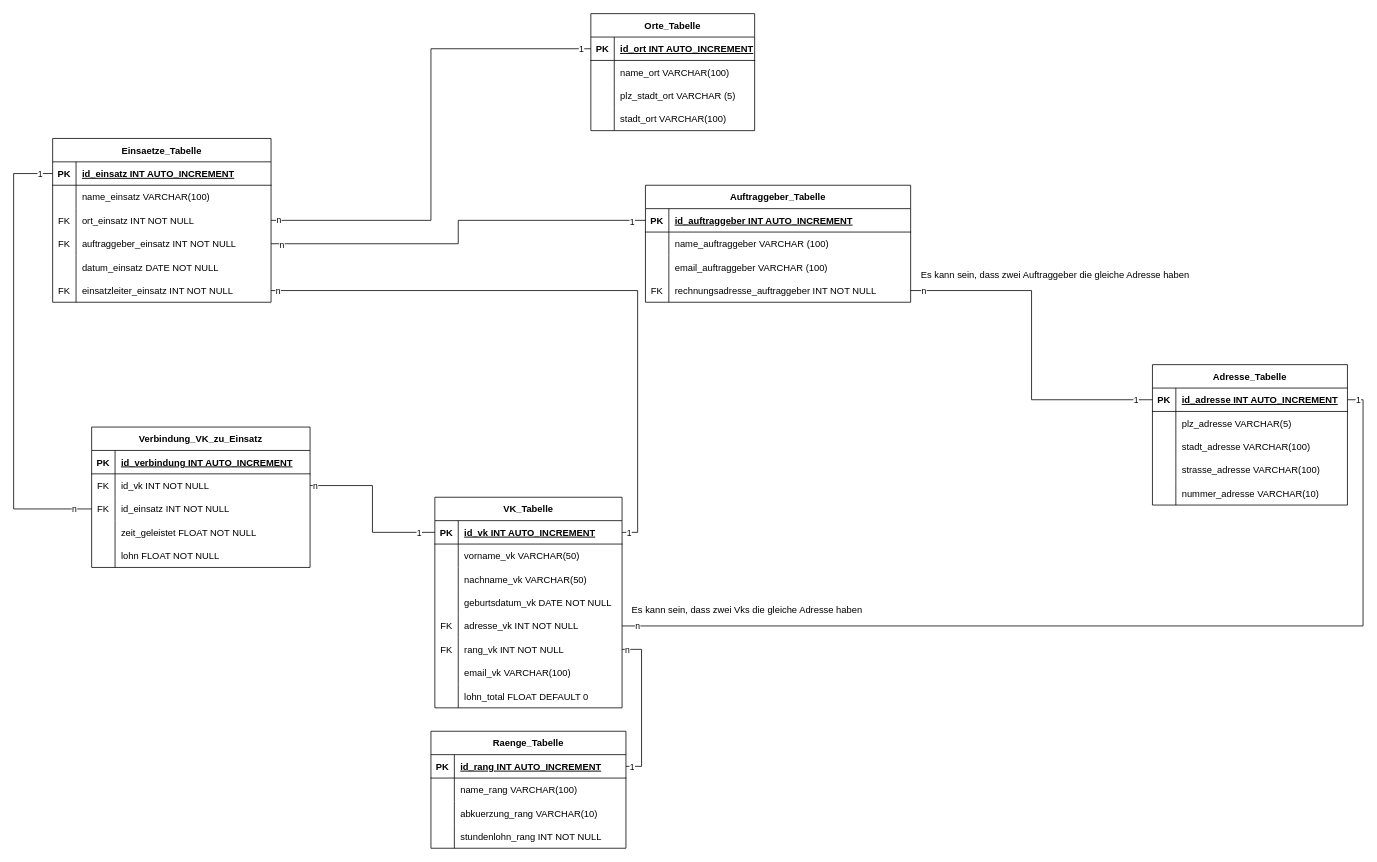
Earlier version of the draw.io diagram ERM_Datenbank.drawio (CMSuisse/ef5-Datenbank-Projekt). Source tidied: cells renumbered, new cells numbered last; positions are measured from the earlier drawing's top-left corner, leaving out a move shared by most shapes. Both pictures are drawn from the tidied source at 78%, with x=0, y=0 at pixel (13, 13).
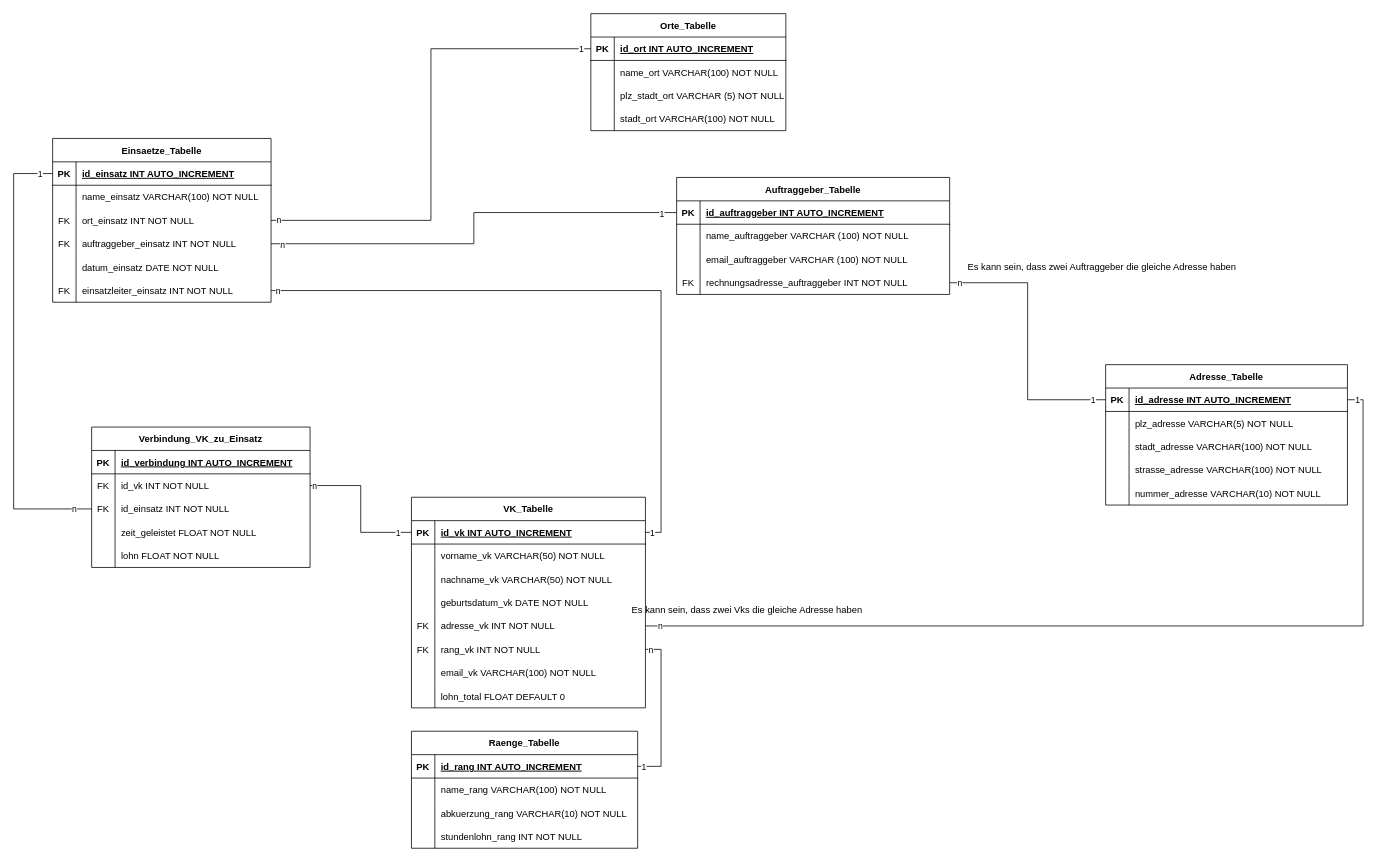
Above is the later version.

Commit message:
The ERM strikes back. I forgor.

Unchanged cells that the change refers to:
```xml
<mxCell id="6" style="shape=tableRow;horizontal=0;startSize=0;swimlaneHead=0;swimlaneBody=0;fillColor=none;top=0;left=0;right=0;bottom=0;" parent="2" vertex="1">
  <mxGeometry y="60" width="280" height="30" as="geometry" />
</mxCell>
```

What changed in the source:
```diff
@@
-    <mxCell id="8" value="name_einsatz VARCHAR(100)" style="shape=partialRectangle;fillColor=none;top=0;left=0;bottom=0;right=0;align=left;spacingLeft=6;overflow=hidden;" parent="6" vertex="1">
+    <mxCell id="8" value="name_einsatz VARCHAR(100) NOT NULL" style="shape=partialRectangle;fillColor=none;top=0;left=0;bottom=0;right=0;align=left;spacingLeft=6;overflow=hidden;" parent="6" vertex="1">
       <mxGeometry x="30" width="250" height="30" as="geometry" />
     </mxCell>
@@
     <mxCell id="21" value="Orte_Tabelle" style="shape=table;startSize=30;childLayout=tableLayout;rowLines=0;fontStyle=1;align=center;" parent="1" vertex="1">
-      <mxGeometry x="740" width="210" height="150" as="geometry" />
+      <mxGeometry x="740" width="250" height="150" as="geometry" />
     </mxCell>
     <mxCell id="22" style="shape=tableRow;horizontal=0;startSize=0;swimlaneHead=0;swimlaneBody=0;fillColor=none;points=[[0,0.5],[1,0.5]];portConstraint=eastwest;top=0;left=0;right=0;bottom=1;" parent="21" vertex="1">
-      <mxGeometry y="30" width="210" height="30" as="geometry" />
+      <mxGeometry y="30" width="250" height="30" as="geometry" />
     </mxCell>
@@
     <mxCell id="24" value="id_ort INT AUTO_INCREMENT" style="shape=partialRectangle;fillColor=none;top=0;left=0;bottom=0;right=0;align=left;spacingLeft=6;fontStyle=5;overflow=hidden;" parent="22" vertex="1">
-      <mxGeometry x="30" width="180" height="30" as="geometry" />
+      <mxGeometry x="30" width="220" height="30" as="geometry" />
     </mxCell>
     <mxCell id="25" style="shape=tableRow;horizontal=0;startSize=0;swimlaneHead=0;swimlaneBody=0;fillColor=none;top=0;left=0;right=0;bottom=0;" parent="21" vertex="1">
-      <mxGeometry y="60" width="210" height="30" as="geometry" />
+      <mxGeometry y="60" width="250" height="30" as="geometry" />
     </mxCell>
@@
-    <mxCell id="27" value="name_ort VARCHAR(100)" style="shape=partialRectangle;fillColor=none;top=0;left=0;bottom=0;right=0;align=left;spacingLeft=6;overflow=hidden;" parent="25" vertex="1">
-      <mxGeometry x="30" width="180" height="30" as="geometry" />
+    <mxCell id="27" value="name_ort VARCHAR(100) NOT NULL" style="shape=partialRectangle;fillColor=none;top=0;left=0;bottom=0;right=0;align=left;spacingLeft=6;overflow=hidden;" parent="25" vertex="1">
+      <mxGeometry x="30" width="220" height="30" as="geometry" />
     </mxCell>
     <mxCell id="28" style="shape=tableRow;horizontal=0;startSize=0;swimlaneHead=0;swimlaneBody=0;fillColor=none;top=0;left=0;right=0;bottom=0;" parent="21" vertex="1">
-      <mxGeometry y="90" width="210" height="30" as="geometry" />
+      <mxGeometry y="90" width="250" height="30" as="geometry" />
     </mxCell>
@@
-    <mxCell id="30" value="plz_stadt_ort VARCHAR (5)" style="shape=partialRectangle;fillColor=none;top=0;left=0;bottom=0;right=0;align=left;spacingLeft=6;overflow=hidden;" parent="28" vertex="1">
-      <mxGeometry x="30" width="180" height="30" as="geometry" />
+    <mxCell id="30" value="plz_stadt_ort VARCHAR (5) NOT NULL" style="shape=partialRectangle;fillColor=none;top=0;left=0;bottom=0;right=0;align=left;spacingLeft=6;overflow=hidden;" parent="28" vertex="1">
+      <mxGeometry x="30" width="220" height="30" as="geometry" />
     </mxCell>
     <mxCell id="31" style="shape=tableRow;horizontal=0;startSize=0;swimlaneHead=0;swimlaneBody=0;fillColor=none;top=0;left=0;right=0;bottom=0;" parent="21" vertex="1">
-      <mxGeometry y="120" width="210" height="30" as="geometry" />
+      <mxGeometry y="120" width="250" height="30" as="geometry" />
     </mxCell>
@@
-    <mxCell id="33" value="stadt_ort VARCHAR(100)" style="shape=partialRectangle;fillColor=none;top=0;left=0;bottom=0;right=0;align=left;spacingLeft=6;overflow=hidden;" parent="31" vertex="1">
-      <mxGeometry x="30" width="180" height="30" as="geometry" />
+    <mxCell id="33" value="stadt_ort VARCHAR(100) NOT NULL" style="shape=partialRectangle;fillColor=none;top=0;left=0;bottom=0;right=0;align=left;spacingLeft=6;overflow=hidden;" parent="31" vertex="1">
+      <mxGeometry x="30" width="220" height="30" as="geometry" />
     </mxCell>
     <mxCell id="34" value="Auftraggeber_Tabelle" style="shape=table;startSize=30;childLayout=tableLayout;rowLines=0;fontStyle=1;align=center;" parent="1" vertex="1">
-      <mxGeometry x="810" y="220" width="340" height="150" as="geometry" />
+      <mxGeometry x="850" y="210" width="350" height="150" as="geometry" />
     </mxCell>
     <mxCell id="35" style="shape=tableRow;horizontal=0;startSize=0;swimlaneHead=0;swimlaneBody=0;fillColor=none;points=[[0,0.5],[1,0.5]];portConstraint=eastwest;top=0;left=0;right=0;bottom=1;" parent="34" vertex="1">
-      <mxGeometry y="30" width="340" height="30" as="geometry" />
+      <mxGeometry y="30" width="350" height="30" as="geometry" />
     </mxCell>
@@
     <mxCell id="37" value="id_auftraggeber INT AUTO_INCREMENT" style="shape=partialRectangle;fillColor=none;top=0;left=0;bottom=0;right=0;align=left;spacingLeft=6;fontStyle=5;overflow=hidden;" parent="35" vertex="1">
-      <mxGeometry x="30" width="310" height="30" as="geometry" />
+      <mxGeometry x="30" width="320" height="30" as="geometry" />
     </mxCell>
     <mxCell id="38" style="shape=tableRow;horizontal=0;startSize=0;swimlaneHead=0;swimlaneBody=0;fillColor=none;top=0;left=0;right=0;bottom=0;" parent="34" vertex="1">
-      <mxGeometry y="60" width="340" height="30" as="geometry" />
+      <mxGeometry y="60" width="350" height="30" as="geometry" />
     </mxCell>
@@
-    <mxCell id="40" value="name_auftraggeber VARCHAR (100)" style="shape=partialRectangle;fillColor=none;top=0;left=0;bottom=0;right=0;align=left;spacingLeft=6;overflow=hidden;" parent="38" vertex="1">
-      <mxGeometry x="30" width="310" height="30" as="geometry" />
+    <mxCell id="40" value="name_auftraggeber VARCHAR (100) NOT NULL" style="shape=partialRectangle;fillColor=none;top=0;left=0;bottom=0;right=0;align=left;spacingLeft=6;overflow=hidden;" parent="38" vertex="1">
+      <mxGeometry x="30" width="320" height="30" as="geometry" />
     </mxCell>
     <mxCell id="41" style="shape=tableRow;horizontal=0;startSize=0;swimlaneHead=0;swimlaneBody=0;fillColor=none;top=0;left=0;right=0;bottom=0;" parent="34" vertex="1">
-      <mxGeometry y="90" width="340" height="30" as="geometry" />
+      <mxGeometry y="90" width="350" height="30" as="geometry" />
     </mxCell>
@@
-    <mxCell id="43" value="email_auftraggeber VARCHAR (100)" style="shape=partialRectangle;fillColor=none;top=0;left=0;bottom=0;right=0;align=left;spacingLeft=6;overflow=hidden;" parent="41" vertex="1">
-      <mxGeometry x="30" width="310" height="30" as="geometry" />
+    <mxCell id="43" value="email_auftraggeber VARCHAR (100) NOT NULL" style="shape=partialRectangle;fillColor=none;top=0;left=0;bottom=0;right=0;align=left;spacingLeft=6;overflow=hidden;" parent="41" vertex="1">
+      <mxGeometry x="30" width="320" height="30" as="geometry" />
     </mxCell>
     <mxCell id="44" style="shape=tableRow;horizontal=0;startSize=0;swimlaneHead=0;swimlaneBody=0;fillColor=none;points=[[0,0.5],[1,0.5]];portConstraint=eastwest;top=0;left=0;right=0;bottom=0;" parent="34" vertex="1">
-      <mxGeometry y="120" width="340" height="30" as="geometry" />
+      <mxGeometry y="120" width="350" height="30" as="geometry" />
     </mxCell>
@@
     <mxCell id="46" value="rechnungsadresse_auftraggeber INT NOT NULL" style="shape=partialRectangle;fillColor=none;top=0;left=0;bottom=0;right=0;align=left;spacingLeft=6;overflow=hidden;" parent="44" vertex="1">
-      <mxGeometry x="30" width="310" height="30" as="geometry" />
+      <mxGeometry x="30" width="320" height="30" as="geometry" />
     </mxCell>
@@
     <mxCell id="53" value="Adresse_Tabelle" style="shape=table;startSize=30;childLayout=tableLayout;rowLines=0;fontStyle=1;align=center;" parent="1" vertex="1">
-      <mxGeometry x="1460" y="450" width="250" height="180" as="geometry" />
+      <mxGeometry x="1400" y="450" width="310" height="180" as="geometry" />
     </mxCell>
     <mxCell id="54" style="shape=tableRow;horizontal=0;startSize=0;swimlaneHead=0;swimlaneBody=0;fillColor=none;points=[[0,0.5],[1,0.5]];portConstraint=eastwest;top=0;left=0;right=0;bottom=1;" parent="53" vertex="1">
-      <mxGeometry y="30" width="250" height="30" as="geometry" />
+      <mxGeometry y="30" width="310" height="30" as="geometry" />
     </mxCell>
@@
     <mxCell id="56" value="id_adresse INT AUTO_INCREMENT" style="shape=partialRectangle;fillColor=none;top=0;left=0;bottom=0;right=0;align=left;spacingLeft=6;fontStyle=5;overflow=hidden;" parent="54" vertex="1">
-      <mxGeometry x="30" width="220" height="30" as="geometry" />
+      <mxGeometry x="30" width="280" height="30" as="geometry" />
     </mxCell>
     <mxCell id="57" style="shape=tableRow;horizontal=0;startSize=0;swimlaneHead=0;swimlaneBody=0;fillColor=none;top=0;left=0;right=0;bottom=0;" parent="53" vertex="1">
-      <mxGeometry y="60" width="250" height="30" as="geometry" />
+      <mxGeometry y="60" width="310" height="30" as="geometry" />
     </mxCell>
@@
-    <mxCell id="59" value="plz_adresse VARCHAR(5)" style="shape=partialRectangle;fillColor=none;top=0;left=0;bottom=0;right=0;align=left;spacingLeft=6;overflow=hidden;" parent="57" vertex="1">
-      <mxGeometry x="30" width="220" height="30" as="geometry" />
+    <mxCell id="59" value="plz_adresse VARCHAR(5) NOT NULL" style="shape=partialRectangle;fillColor=none;top=0;left=0;bottom=0;right=0;align=left;spacingLeft=6;overflow=hidden;" parent="57" vertex="1">
+      <mxGeometry x="30" width="280" height="30" as="geometry" />
     </mxCell>
     <mxCell id="60" style="shape=tableRow;horizontal=0;startSize=0;swimlaneHead=0;swimlaneBody=0;fillColor=none;top=0;left=0;right=0;bottom=0;" parent="53" vertex="1">
-      <mxGeometry y="90" width="250" height="30" as="geometry" />
+      <mxGeometry y="90" width="310" height="30" as="geometry" />
     </mxCell>
@@
-    <mxCell id="62" value="stadt_adresse VARCHAR(100)" style="shape=partialRectangle;fillColor=none;top=0;left=0;bottom=0;right=0;align=left;spacingLeft=6;overflow=hidden;" parent="60" vertex="1">
-      <mxGeometry x="30" width="220" height="30" as="geometry" />
+    <mxCell id="62" value="stadt_adresse VARCHAR(100) NOT NULL" style="shape=partialRectangle;fillColor=none;top=0;left=0;bottom=0;right=0;align=left;spacingLeft=6;overflow=hidden;" parent="60" vertex="1">
+      <mxGeometry x="30" width="280" height="30" as="geometry" />
     </mxCell>
     <mxCell id="63" style="shape=tableRow;horizontal=0;startSize=0;swimlaneHead=0;swimlaneBody=0;fillColor=none;top=0;left=0;right=0;bottom=0;" parent="53" vertex="1">
-      <mxGeometry y="120" width="250" height="30" as="geometry" />
+      <mxGeometry y="120" width="310" height="30" as="geometry" />
     </mxCell>
@@
-    <mxCell id="65" value="strasse_adresse VARCHAR(100)" style="shape=partialRectangle;fillColor=none;top=0;left=0;bottom=0;right=0;align=left;spacingLeft=6;overflow=hidden;" parent="63" vertex="1">
-      <mxGeometry x="30" width="220" height="30" as="geometry" />
+    <mxCell id="65" value="strasse_adresse VARCHAR(100) NOT NULL" style="shape=partialRectangle;fillColor=none;top=0;left=0;bottom=0;right=0;align=left;spacingLeft=6;overflow=hidden;" parent="63" vertex="1">
+      <mxGeometry x="30" width="280" height="30" as="geometry" />
     </mxCell>
     <mxCell id="66" style="shape=tableRow;horizontal=0;startSize=0;swimlaneHead=0;swimlaneBody=0;fillColor=none;top=0;left=0;right=0;bottom=0;" parent="53" vertex="1">
-      <mxGeometry y="150" width="250" height="30" as="geometry" />
+      <mxGeometry y="150" width="310" height="30" as="geometry" />
     </mxCell>
@@
-    <mxCell id="68" value="nummer_adresse VARCHAR(10)" style="shape=partialRectangle;fillColor=none;top=0;left=0;bottom=0;right=0;align=left;spacingLeft=6;overflow=hidden;" parent="66" vertex="1">
-      <mxGeometry x="30" width="220" height="30" as="geometry" />
+    <mxCell id="68" value="nummer_adresse VARCHAR(10) NOT NULL" style="shape=partialRectangle;fillColor=none;top=0;left=0;bottom=0;right=0;align=left;spacingLeft=6;overflow=hidden;" parent="66" vertex="1">
+      <mxGeometry x="30" width="280" height="30" as="geometry" />
     </mxCell>
@@
     <mxCell id="72" value="VK_Tabelle" style="shape=table;startSize=30;childLayout=tableLayout;rowLines=0;fontStyle=1;align=center;" parent="1" vertex="1">
-      <mxGeometry x="540" y="620" width="240" height="270" as="geometry" />
+      <mxGeometry x="510" y="620" width="300" height="270" as="geometry" />
     </mxCell>
     <mxCell id="73" style="shape=tableRow;horizontal=0;startSize=0;swimlaneHead=0;swimlaneBody=0;fillColor=none;points=[[0,0.5],[1,0.5]];portConstraint=eastwest;top=0;left=0;right=0;bottom=1;" parent="72" vertex="1">
-      <mxGeometry y="30" width="240" height="30" as="geometry" />
+      <mxGeometry y="30" width="300" height="30" as="geometry" />
     </mxCell>
@@
     <mxCell id="75" value="id_vk INT AUTO_INCREMENT" style="shape=partialRectangle;fillColor=none;top=0;left=0;bottom=0;right=0;align=left;spacingLeft=6;fontStyle=5;overflow=hidden;" parent="73" vertex="1">
-      <mxGeometry x="30" width="210" height="30" as="geometry" />
+      <mxGeometry x="30" width="270" height="30" as="geometry" />
     </mxCell>
     <mxCell id="76" style="shape=tableRow;horizontal=0;startSize=0;swimlaneHead=0;swimlaneBody=0;fillColor=none;top=0;left=0;right=0;bottom=0;" parent="72" vertex="1">
-      <mxGeometry y="60" width="240" height="30" as="geometry" />
+      <mxGeometry y="60" width="300" height="30" as="geometry" />
     </mxCell>
@@
-    <mxCell id="78" value="vorname_vk VARCHAR(50)" style="shape=partialRectangle;fillColor=none;top=0;left=0;bottom=0;right=0;align=left;spacingLeft=6;overflow=hidden;" parent="76" vertex="1">
-      <mxGeometry x="30" width="210" height="30" as="geometry" />
+    <mxCell id="78" value="vorname_vk VARCHAR(50) NOT NULL" style="shape=partialRectangle;fillColor=none;top=0;left=0;bottom=0;right=0;align=left;spacingLeft=6;overflow=hidden;" parent="76" vertex="1">
+      <mxGeometry x="30" width="270" height="30" as="geometry" />
     </mxCell>
     <mxCell id="79" style="shape=tableRow;horizontal=0;startSize=0;swimlaneHead=0;swimlaneBody=0;fillColor=none;top=0;left=0;right=0;bottom=0;" parent="72" vertex="1">
-      <mxGeometry y="90" width="240" height="30" as="geometry" />
+      <mxGeometry y="90" width="300" height="30" as="geometry" />
     </mxCell>
@@
-    <mxCell id="81" value="nachname_vk VARCHAR(50)" style="shape=partialRectangle;fillColor=none;top=0;left=0;bottom=0;right=0;align=left;spacingLeft=6;overflow=hidden;" parent="79" vertex="1">
-      <mxGeometry x="30" width="210" height="30" as="geometry" />
+    <mxCell id="81" value="nachname_vk VARCHAR(50) NOT NULL" style="shape=partialRectangle;fillColor=none;top=0;left=0;bottom=0;right=0;align=left;spacingLeft=6;overflow=hidden;" parent="79" vertex="1">
+      <mxGeometry x="30" width="270" height="30" as="geometry" />
     </mxCell>
     <mxCell id="82" style="shape=tableRow;horizontal=0;startSize=0;swimlaneHead=0;swimlaneBody=0;fillColor=none;top=0;left=0;right=0;bottom=0;" parent="72" vertex="1">
-      <mxGeometry y="120" width="240" height="30" as="geometry" />
+      <mxGeometry y="120" width="300" height="30" as="geometry" />
     </mxCell>
@@
     <mxCell id="84" value="geburtsdatum_vk DATE NOT NULL" style="shape=partialRectangle;fillColor=none;top=0;left=0;bottom=0;right=0;align=left;spacingLeft=6;overflow=hidden;" parent="82" vertex="1">
-      <mxGeometry x="30" width="210" height="30" as="geometry" />
+      <mxGeometry x="30" width="270" height="30" as="geometry" />
     </mxCell>
     <mxCell id="85" style="shape=tableRow;horizontal=0;startSize=0;swimlaneHead=0;swimlaneBody=0;fillColor=none;points=[[0,0.5],[1,0.5]];portConstraint=eastwest;top=0;left=0;right=0;bottom=0;" parent="72" vertex="1">
-      <mxGeometry y="150" width="240" height="30" as="geometry" />
+      <mxGeometry y="150" width="300" height="30" as="geometry" />
     </mxCell>
@@
     <mxCell id="87" value="adresse_vk INT NOT NULL" style="shape=partialRectangle;fillColor=none;top=0;left=0;bottom=0;right=0;align=left;spacingLeft=6;overflow=hidden;" parent="85" vertex="1">
-      <mxGeometry x="30" width="210" height="30" as="geometry" />
+      <mxGeometry x="30" width="270" height="30" as="geometry" />
     </mxCell>
     <mxCell id="88" style="shape=tableRow;horizontal=0;startSize=0;swimlaneHead=0;swimlaneBody=0;fillColor=none;points=[[0,0.5],[1,0.5]];portConstraint=eastwest;top=0;left=0;right=0;bottom=0;" parent="72" vertex="1">
-      <mxGeometry y="180" width="240" height="30" as="geometry" />
+      <mxGeometry y="180" width="300" height="30" as="geometry" />
     </mxCell>
@@
     <mxCell id="90" value="rang_vk INT NOT NULL" style="shape=partialRectangle;fillColor=none;top=0;left=0;bottom=0;right=0;align=left;spacingLeft=6;overflow=hidden;" parent="88" vertex="1">
-      <mxGeometry x="30" width="210" height="30" as="geometry" />
+      <mxGeometry x="30" width="270" height="30" as="geometry" />
     </mxCell>
     <mxCell id="91" style="shape=tableRow;horizontal=0;startSize=0;swimlaneHead=0;swimlaneBody=0;fillColor=none;top=0;left=0;right=0;bottom=0;" parent="72" vertex="1">
-      <mxGeometry y="210" width="240" height="30" as="geometry" />
+      <mxGeometry y="210" width="300" height="30" as="geometry" />
     </mxCell>
@@
-    <mxCell id="93" value="email_vk VARCHAR(100)" style="shape=partialRectangle;fillColor=none;top=0;left=0;bottom=0;right=0;align=left;spacingLeft=6;overflow=hidden;" parent="91" vertex="1">
-      <mxGeometry x="30" width="210" height="30" as="geometry" />
+    <mxCell id="93" value="email_vk VARCHAR(100) NOT NULL" style="shape=partialRectangle;fillColor=none;top=0;left=0;bottom=0;right=0;align=left;spacingLeft=6;overflow=hidden;" parent="91" vertex="1">
+      <mxGeometry x="30" width="270" height="30" as="geometry" />
     </mxCell>
     <mxCell id="94" style="shape=tableRow;horizontal=0;startSize=0;swimlaneHead=0;swimlaneBody=0;fillColor=none;top=0;left=0;right=0;bottom=0;" parent="72" vertex="1">
-      <mxGeometry y="240" width="240" height="30" as="geometry" />
+      <mxGeometry y="240" width="300" height="30" as="geometry" />
     </mxCell>
@@
     <mxCell id="96" value="lohn_total FLOAT DEFAULT 0" style="shape=partialRectangle;fillColor=none;top=0;left=0;bottom=0;right=0;align=left;spacingLeft=6;overflow=hidden;" parent="94" vertex="1">
-      <mxGeometry x="30" width="210" height="30" as="geometry" />
+      <mxGeometry x="30" width="270" height="30" as="geometry" />
     </mxCell>
@@
     <mxCell id="100" value="Raenge_Tabelle" style="shape=table;startSize=30;childLayout=tableLayout;rowLines=0;fontStyle=1;align=center;" parent="1" vertex="1">
-      <mxGeometry x="535" y="920" width="250" height="150" as="geometry" />
+      <mxGeometry x="510" y="920" width="290" height="150" as="geometry" />
     </mxCell>
     <mxCell id="101" style="shape=tableRow;horizontal=0;startSize=0;swimlaneHead=0;swimlaneBody=0;fillColor=none;points=[[0,0.5],[1,0.5]];portConstraint=eastwest;top=0;left=0;right=0;bottom=1;" parent="100" vertex="1">
-      <mxGeometry y="30" width="250" height="30" as="geometry" />
+      <mxGeometry y="30" width="290" height="30" as="geometry" />
     </mxCell>
@@
     <mxCell id="103" value="id_rang INT AUTO_INCREMENT" style="shape=partialRectangle;fillColor=none;top=0;left=0;bottom=0;right=0;align=left;spacingLeft=6;fontStyle=5;overflow=hidden;" parent="101" vertex="1">
-      <mxGeometry x="30" width="220" height="30" as="geometry" />
+      <mxGeometry x="30" width="260" height="30" as="geometry" />
     </mxCell>
     <mxCell id="104" style="shape=tableRow;horizontal=0;startSize=0;swimlaneHead=0;swimlaneBody=0;fillColor=none;top=0;left=0;right=0;bottom=0;" parent="100" vertex="1">
-      <mxGeometry y="60" width="250" height="30" as="geometry" />
+      <mxGeometry y="60" width="290" height="30" as="geometry" />
     </mxCell>
@@
-    <mxCell id="106" value="name_rang VARCHAR(100)" style="shape=partialRectangle;fillColor=none;top=0;left=0;bottom=0;right=0;align=left;spacingLeft=6;overflow=hidden;" parent="104" vertex="1">
-      <mxGeometry x="30" width="220" height="30" as="geometry" />
+    <mxCell id="106" value="name_rang VARCHAR(100) NOT NULL" style="shape=partialRectangle;fillColor=none;top=0;left=0;bottom=0;right=0;align=left;spacingLeft=6;overflow=hidden;" parent="104" vertex="1">
+      <mxGeometry x="30" width="260" height="30" as="geometry" />
     </mxCell>
     <mxCell id="107" style="shape=tableRow;horizontal=0;startSize=0;swimlaneHead=0;swimlaneBody=0;fillColor=none;top=0;left=0;right=0;bottom=0;" parent="100" vertex="1">
-      <mxGeometry y="90" width="250" height="30" as="geometry" />
+      <mxGeometry y="90" width="290" height="30" as="geometry" />
     </mxCell>
@@
-    <mxCell id="109" value="abkuerzung_rang VARCHAR(10)" style="shape=partialRectangle;fillColor=none;top=0;left=0;bottom=0;right=0;align=left;spacingLeft=6;overflow=hidden;" parent="107" vertex="1">
-      <mxGeometry x="30" width="220" height="30" as="geometry" />
+    <mxCell id="109" value="abkuerzung_rang VARCHAR(10) NOT NULL" style="shape=partialRectangle;fillColor=none;top=0;left=0;bottom=0;right=0;align=left;spacingLeft=6;overflow=hidden;" parent="107" vertex="1">
+      <mxGeometry x="30" width="260" height="30" as="geometry" />
     </mxCell>
     <mxCell id="110" style="shape=tableRow;horizontal=0;startSize=0;swimlaneHead=0;swimlaneBody=0;fillColor=none;top=0;left=0;right=0;bottom=0;" parent="100" vertex="1">
-      <mxGeometry y="120" width="250" height="30" as="geometry" />
+      <mxGeometry y="120" width="290" height="30" as="geometry" />
     </mxCell>
@@
     <mxCell id="112" value="stundenlohn_rang INT NOT NULL" style="shape=partialRectangle;fillColor=none;top=0;left=0;bottom=0;right=0;align=left;spacingLeft=6;overflow=hidden;" parent="110" vertex="1">
-      <mxGeometry x="30" width="220" height="30" as="geometry" />
+      <mxGeometry x="30" width="260" height="30" as="geometry" />
     </mxCell>
@@
     <mxCell id="139" value="Es kann sein, dass zwei Auftraggeber die gleiche Adresse haben" style="text;html=1;align=center;verticalAlign=middle;strokeColor=none;fillColor=none;" parent="1" vertex="1">
-      <mxGeometry x="1150" y="320" width="370" height="30" as="geometry" />
+      <mxGeometry x="1210" y="310" width="370" height="30" as="geometry" />
     </mxCell>
```
